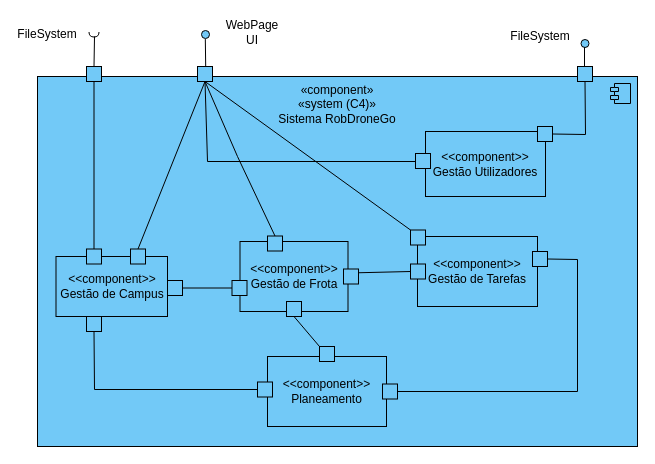
This is docs/Sprint_C/N2/VL.drawio from SEM5PI2324G58/sem5pi_g58_23_24, a draw.io file, before an edit. Source tidied: cells renumbered, new cells numbered last; positions are measured from the earlier drawing's top-left corner, leaving out a move shared by most shapes. Both pictures are drawn from the tidied source at 100%, with x=0, y=0 at pixel (17, 17).
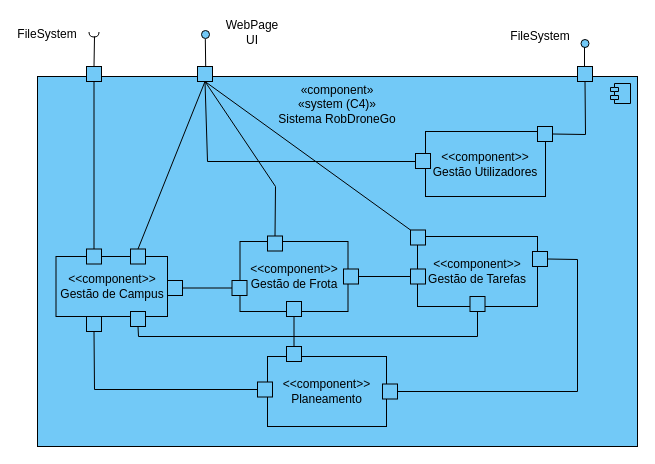
After the change.

Commit message (it also covers changes not shown here):
[Vista Lógica][Design] - adição da ligação entre o gesto de tarefas e o gestor de campus

The change refers to these unchanged cells:
```xml
<mxCell id="8" style="html=1;rounded=0;fillColor=#72C9F7;" parent="1" vertex="1">
  <mxGeometry x="180" y="49" width="15" height="15" as="geometry" />
</mxCell>
<mxCell id="17" style="html=1;rounded=0;fillColor=#72C9F7;" parent="1" vertex="1">
  <mxGeometry x="250" y="218.5" width="15" height="15" as="geometry" />
</mxCell>
<mxCell id="21" style="html=1;rounded=0;fillColor=#72C9F7;" parent="1" vertex="1">
  <mxGeometry x="326" y="251.5" width="15" height="15" as="geometry" />
</mxCell>
<mxCell id="47" style="html=1;rounded=0;fillColor=#72C9F7;" parent="1" vertex="1">
  <mxGeometry x="269" y="284" width="15" height="15" as="geometry" />
</mxCell>
```

What changed in the source:
```diff
@@
     <mxCell id="22" style="html=1;rounded=0;fillColor=#72C9F7;" parent="1" vertex="1">
-      <mxGeometry x="393" y="246.5" width="15" height="15" as="geometry" />
+      <mxGeometry x="393" y="251.5" width="15" height="15" as="geometry" />
     </mxCell>
-    <mxCell id="23" style="endArrow=none;html=1;rounded=0;entryX=0;entryY=0.5;entryDx=0;entryDy=0;exitX=1;exitY=0.25;exitDx=0;exitDy=0;" parent="1" edge="1" source="21" target="22">
-      <mxGeometry relative="1" as="geometry" />
+    <mxCell id="23" style="endArrow=none;html=1;rounded=0;entryX=0;entryY=0.5;entryDx=0;entryDy=0;" parent="1" edge="1" target="22">
+      <mxGeometry relative="1" as="geometry">
+        <mxPoint x="341" y="259" as="sourcePoint" />
+      </mxGeometry>
     </mxCell>
@@
     <mxCell id="27" style="endArrow=none;html=1;rounded=0;exitX=0.5;exitY=0;exitDx=0;exitDy=0;entryX=0.5;entryY=1;entryDx=0;entryDy=0;" parent="1" edge="1" source="17" target="8">
       <mxGeometry relative="1" as="geometry">
         <Array as="points">
-          <mxPoint x="220" y="139" />
+          <mxPoint x="258" y="169" />
         </Array>
       </mxGeometry>
     </mxCell>
@@
-    <mxCell id="46" style="endArrow=none;html=1;rounded=0;exitX=0;exitY=0;exitDx=0;exitDy=0;entryX=0.5;entryY=1;entryDx=0;entryDy=0;" parent="1" edge="1" source="48" target="47">
+    <mxCell id="46" style="endArrow=none;html=1;rounded=0;exitX=0.5;exitY=0;exitDx=0;exitDy=0;entryX=0.5;entryY=1;entryDx=0;entryDy=0;" parent="1" edge="1" source="48" target="47">
       <mxGeometry relative="1" as="geometry" />
     </mxCell>
@@
     <mxCell id="48" style="html=1;rounded=0;fillColor=#72C9F7;" parent="1" vertex="1">
-      <mxGeometry x="302" y="329" width="15" height="15" as="geometry" />
+      <mxGeometry x="269" y="329" width="15" height="15" as="geometry" />
     </mxCell>
+    <mxCell id="49" style="html=1;rounded=0;fillColor=#72C9F7;" parent="1" vertex="1">
+      <mxGeometry x="113" y="294" width="15" height="15" as="geometry" />
+    </mxCell>
+    <mxCell id="50" style="endArrow=none;html=1;rounded=0;exitX=0.5;exitY=1;exitDx=0;exitDy=0;entryX=0.5;entryY=1;entryDx=0;entryDy=0;" parent="1" edge="1" source="49" target="51">
+      <mxGeometry relative="1" as="geometry">
+        <Array as="points">
+          <mxPoint x="121" y="319" />
+          <mxPoint x="460" y="319" />
+        </Array>
+      </mxGeometry>
+    </mxCell>
+    <mxCell id="51" style="html=1;rounded=0;fillColor=#72C9F7;" parent="1" vertex="1">
+      <mxGeometry x="452.5" y="279" width="15" height="15" as="geometry" />
+    </mxCell>
```
